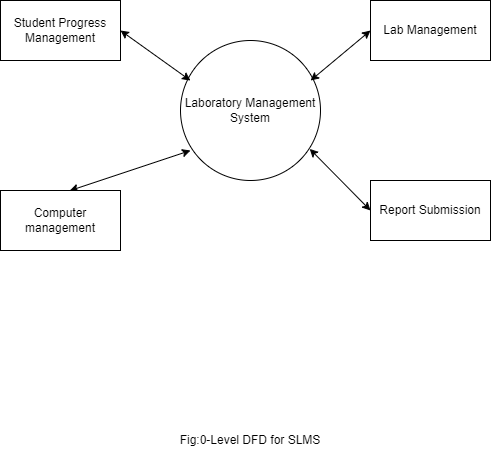
Earlier version of the draw.io export diagrams/o-level dfd.png (samiiraryal/Smart-Lab-Management-System). Source tidied: cells renumbered, new cells last; positions are measured from the earlier drawing's top-left corner, leaving out a move shared by most shapes.
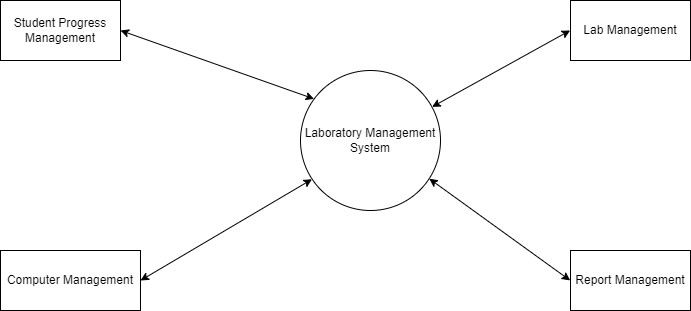
Above is the later version.

Change to the diagram source:
```diff
@@ -3,36 +3,31 @@
     <mxCell id="0" />
     <mxCell id="1" parent="0" />
     <mxCell id="2" value="Laboratory Management System" style="ellipse;whiteSpace=wrap;html=1;" parent="1" vertex="1">
-      <mxGeometry x="180" y="40" width="140" height="140" as="geometry" />
+      <mxGeometry x="230" y="60" width="140" height="140" as="geometry" />
     </mxCell>
     <mxCell id="3" value="Student Progress Management" style="rounded=0;whiteSpace=wrap;html=1;" parent="1" vertex="1">
-      <mxGeometry width="120" height="60" as="geometry" />
+      <mxGeometry x="-70" y="-10" width="120" height="60" as="geometry" />
     </mxCell>
     <mxCell id="4" value="Lab Management" style="rounded=0;whiteSpace=wrap;html=1;" parent="1" vertex="1">
-      <mxGeometry x="370" width="120" height="60" as="geometry" />
+      <mxGeometry x="500" y="-10" width="120" height="60" as="geometry" />
     </mxCell>
-    <mxCell id="5" value="Report Submission" style="rounded=0;whiteSpace=wrap;html=1;" parent="1" vertex="1">
-      <mxGeometry x="370" y="180" width="120" height="60" as="geometry" />
+    <mxCell id="5" value="Report Management" style="rounded=0;whiteSpace=wrap;html=1;" parent="1" vertex="1">
+      <mxGeometry x="500" y="240" width="120" height="60" as="geometry" />
     </mxCell>
+    <mxCell id="12" value="Computer Management" style="rounded=0;whiteSpace=wrap;html=1;" parent="1" vertex="1">
+      <mxGeometry x="-70" y="240" width="140" height="60" as="geometry" />
+    </mxCell>
-    <mxCell id="6" style="endArrow=classic;startArrow=classic;html=1;rounded=0;exitX=0.577;exitY=0.003;exitDx=0;exitDy=0;exitPerimeter=0;" parent="1" edge="1" source="10">
-      <mxGeometry relative="1" as="geometry">
-        <mxPoint x="190" y="150" as="targetPoint" />
-      </mxGeometry>
+    <mxCell id="6" style="endArrow=classic;startArrow=classic;html=1;rounded=0;exitX=1;exitY=0.5;exitDx=0;exitDy=0;entryX=0.082;entryY=0.777;entryDx=0;entryDy=0;entryPerimeter=0;" parent="1" edge="1" source="12" target="2">
+      <mxGeometry relative="1" as="geometry" />
     </mxCell>
-    <mxCell id="7" style="endArrow=classic;startArrow=classic;html=1;rounded=0;exitX=1;exitY=0.5;exitDx=0;exitDy=0;entryX=0.071;entryY=0.286;entryDx=0;entryDy=0;entryPerimeter=0;" parent="1" edge="1" source="3" target="2">
+    <mxCell id="7" style="endArrow=classic;startArrow=classic;html=1;rounded=0;exitX=1;exitY=0.5;exitDx=0;exitDy=0;entryX=0.097;entryY=0.203;entryDx=0;entryDy=0;entryPerimeter=0;" parent="1" edge="1" source="3" target="2">
       <mxGeometry relative="1" as="geometry" />
     </mxCell>
-    <mxCell id="8" style="endArrow=classic;startArrow=classic;html=1;rounded=0;entryX=0;entryY=0.5;entryDx=0;entryDy=0;exitX=0.929;exitY=0.286;exitDx=0;exitDy=0;exitPerimeter=0;" parent="1" edge="1" source="2" target="4">
+    <mxCell id="8" style="endArrow=classic;startArrow=classic;html=1;rounded=0;entryX=-0.003;entryY=0.499;entryDx=0;entryDy=0;entryPerimeter=0;exitX=0.94;exitY=0.26;exitDx=0;exitDy=0;exitPerimeter=0;" parent="1" edge="1" source="2" target="4">
       <mxGeometry relative="1" as="geometry" />
     </mxCell>
-    <mxCell id="9" style="endArrow=classic;startArrow=classic;html=1;rounded=0;exitX=0.923;exitY=0.774;exitDx=0;exitDy=0;exitPerimeter=0;entryX=0;entryY=0.5;entryDx=0;entryDy=0;" parent="1" edge="1" source="2" target="5">
+    <mxCell id="9" style="endArrow=classic;startArrow=classic;html=1;rounded=0;exitX=0.92;exitY=0.773;exitDx=0;exitDy=0;exitPerimeter=0;entryX=-0.003;entryY=0.499;entryDx=0;entryDy=0;entryPerimeter=0;" parent="1" edge="1" source="2" target="5">
       <mxGeometry relative="1" as="geometry" />
     </mxCell>
-    <mxCell id="10" value="Computer management" style="rounded=0;whiteSpace=wrap;html=1;" parent="1" vertex="1">
-      <mxGeometry y="190" width="120" height="60" as="geometry" />
-    </mxCell>
-    <mxCell id="11" value="Fig:0-Level DFD for SLMS" style="text;html=1;align=center;verticalAlign=middle;whiteSpace=wrap;rounded=0;" parent="1" vertex="1">
-      <mxGeometry x="155" y="420" width="190" height="40" as="geometry" />
-    </mxCell>
   </root>
 </mxGraphModel>
```
